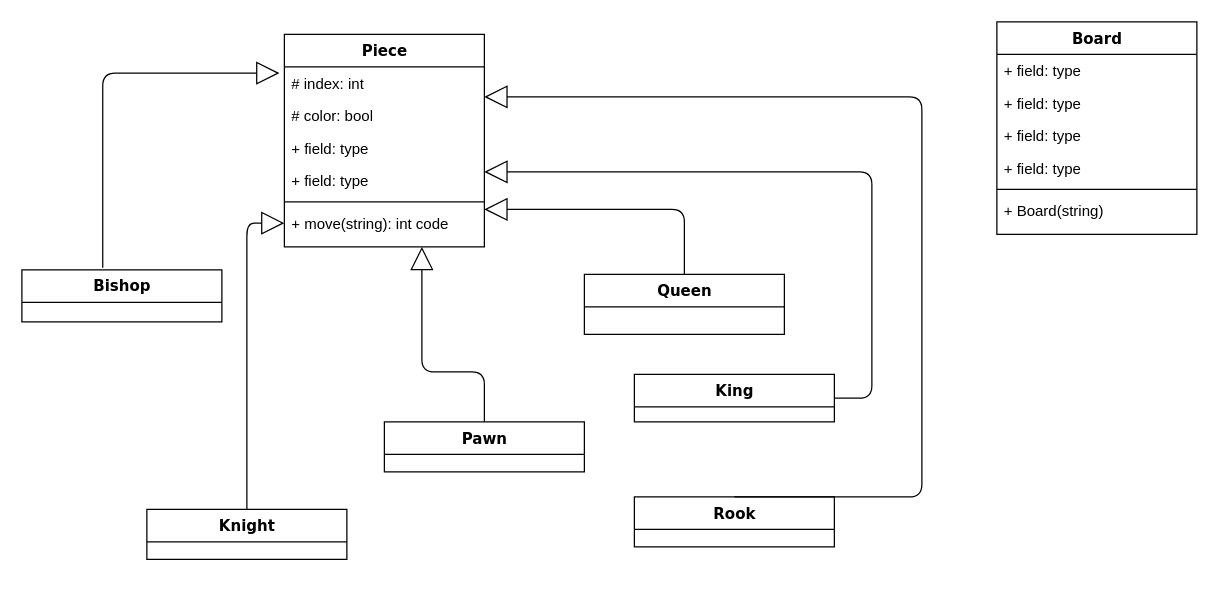
Earlier version of the draw.io diagram ChessProject.drawio (itamar12m/Chess-Project). Source tidied: cells renumbered, new cells numbered last; positions are measured from the earlier drawing's top-left corner, leaving out a move shared by most shapes. Both pictures are drawn from the tidied source at 125%, with x=0, y=0 at pixel (21, 21).
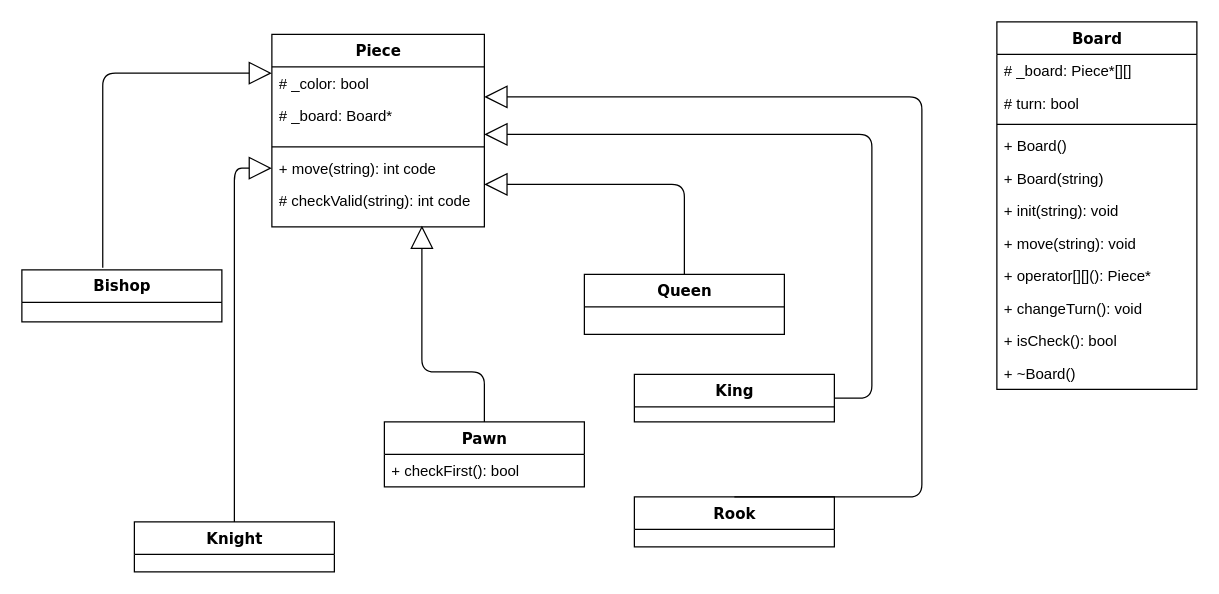
After the change.

Unchanged cells that the change refers to:
```xml
<mxCell id="11" value="Queen" style="swimlane;html=1;fontStyle=1;align=center;verticalAlign=top;horizontal=1;startSize=26;swimlaneFillColor=#ffffff;rounded=0;shadow=0;comic=0;labelBackgroundColor=none;strokeWidth=1;fillColor=none;fontFamily=Verdana;fontSize=12;" parent="1" vertex="1">
  <mxGeometry x="450" y="202" width="160" height="48" as="geometry" />
</mxCell>
<mxCell id="13" value="King" style="swimlane;html=1;fontStyle=1;align=center;verticalAlign=top;horizontal=1;startSize=26;swimlaneFillColor=#ffffff;rounded=0;shadow=0;comic=0;labelBackgroundColor=none;strokeWidth=1;fillColor=none;fontFamily=Verdana;fontSize=12;" parent="1" vertex="1">
  <mxGeometry x="490" y="282" width="160" height="38" as="geometry" />
</mxCell>
<mxCell id="16" value="Rook" style="swimlane;html=1;fontStyle=1;align=center;verticalAlign=top;horizontal=1;startSize=26;swimlaneFillColor=#ffffff;rounded=0;shadow=0;comic=0;labelBackgroundColor=none;strokeWidth=1;fillColor=none;fontFamily=Verdana;fontSize=12;" parent="1" vertex="1">
  <mxGeometry x="490" y="380" width="160" height="40" as="geometry" />
</mxCell>
```

What changed in the source:
```diff
@@
     <mxCell id="2" value="Piece" style="swimlane;html=1;fontStyle=1;align=center;verticalAlign=top;horizontal=1;startSize=26;swimlaneFillColor=#ffffff;rounded=0;shadow=0;comic=0;labelBackgroundColor=none;strokeWidth=1;fillColor=none;fontFamily=Verdana;fontSize=12;" parent="1" vertex="1">
-      <mxGeometry x="210" y="10" width="160" height="170" as="geometry" />
+      <mxGeometry x="200" y="10" width="170" height="154" as="geometry" />
     </mxCell>
-    <mxCell id="3" value="# index: int" style="text;html=1;strokeColor=none;fillColor=none;align=left;verticalAlign=top;spacingLeft=4;spacingRight=4;whiteSpace=wrap;overflow=hidden;points=[[0,0.5],[1,0.5]];portConstraint=eastwest;" parent="2" vertex="1">
-      <mxGeometry y="26" width="160" height="26" as="geometry" />
-    </mxCell>
-    <mxCell id="4" value="# color: bool" style="text;html=1;strokeColor=none;fillColor=none;align=left;verticalAlign=top;spacingLeft=4;spacingRight=4;whiteSpace=wrap;overflow=hidden;" parent="2" vertex="1">
-      <mxGeometry y="52" width="160" height="26" as="geometry" />
+    <mxCell id="4" value="# _color: bool" style="text;html=1;strokeColor=none;fillColor=none;align=left;verticalAlign=top;spacingLeft=4;spacingRight=4;whiteSpace=wrap;overflow=hidden;" parent="2" vertex="1">
+      <mxGeometry y="26" width="170" height="26" as="geometry" />
     </mxCell>
-    <mxCell id="5" value="+ field: type" style="text;html=1;strokeColor=none;fillColor=none;align=left;verticalAlign=top;spacingLeft=4;spacingRight=4;whiteSpace=wrap;overflow=hidden;" parent="2" vertex="1">
-      <mxGeometry y="78" width="160" height="26" as="geometry" />
-    </mxCell>
-    <mxCell id="6" value="+ field: type" style="text;html=1;strokeColor=none;fillColor=none;align=left;verticalAlign=top;spacingLeft=4;spacingRight=4;whiteSpace=wrap;overflow=hidden;" parent="2" vertex="1">
-      <mxGeometry y="104" width="160" height="26" as="geometry" />
-    </mxCell>
+    <mxCell id="28" value="# _board: Board*" style="text;html=1;strokeColor=none;fillColor=none;align=left;verticalAlign=top;spacingLeft=4;spacingRight=4;whiteSpace=wrap;overflow=hidden;" parent="2" vertex="1">
+      <mxGeometry y="52" width="170" height="34" as="geometry" />
+    </mxCell>
     <mxCell id="7" style="line;html=1;strokeWidth=1;fillColor=none;align=left;verticalAlign=middle;spacingTop=-1;spacingLeft=3;spacingRight=3;labelPosition=right;" parent="2" vertex="1">
-      <mxGeometry y="130" width="160" height="8" as="geometry" />
+      <mxGeometry y="86" width="170" height="8" as="geometry" />
     </mxCell>
     <mxCell id="8" value="+ move(string): int code" style="text;html=1;strokeColor=none;fillColor=none;align=left;verticalAlign=top;spacingLeft=4;spacingRight=4;whiteSpace=wrap;overflow=hidden;points=[[0,0.5],[1,0.5]];portConstraint=eastwest;" parent="2" vertex="1">
-      <mxGeometry y="138" width="160" height="26" as="geometry" />
+      <mxGeometry y="94" width="170" height="26" as="geometry" />
     </mxCell>
+    <mxCell id="29" value="# checkValid(string): int code" style="text;html=1;strokeColor=none;fillColor=none;align=left;verticalAlign=top;spacingLeft=4;spacingRight=4;whiteSpace=wrap;overflow=hidden;points=[[0,0.5],[1,0.5]];portConstraint=eastwest;" parent="2" vertex="1">
+      <mxGeometry y="120" width="170" height="34" as="geometry" />
+    </mxCell>
     <mxCell id="9" value="Pawn" style="swimlane;html=1;fontStyle=1;align=center;verticalAlign=top;horizontal=1;startSize=26;swimlaneFillColor=#ffffff;rounded=0;shadow=0;comic=0;labelBackgroundColor=none;strokeWidth=1;fillColor=none;fontFamily=Verdana;fontSize=12;" parent="1" vertex="1">
-      <mxGeometry x="290" y="320" width="160" height="40" as="geometry" />
+      <mxGeometry x="290" y="320" width="160" height="52" as="geometry" />
     </mxCell>
+    <mxCell id="30" value="+ checkFirst(): bool" style="text;html=1;strokeColor=none;fillColor=none;align=left;verticalAlign=top;spacingLeft=4;spacingRight=4;whiteSpace=wrap;overflow=hidden;" parent="9" vertex="1">
+      <mxGeometry y="26" width="160" height="26" as="geometry" />
+    </mxCell>
-    <mxCell id="10" style="edgeStyle=orthogonalEdgeStyle;html=1;labelBackgroundColor=none;startFill=0;startSize=8;endArrow=block;endFill=0;endSize=16;fontFamily=Verdana;fontSize=12;" parent="1" edge="1" source="11" target="2">
+    <mxCell id="10" style="edgeStyle=orthogonalEdgeStyle;html=1;labelBackgroundColor=none;startFill=0;startSize=8;endArrow=block;endFill=0;endSize=16;fontFamily=Verdana;fontSize=12;" parent="1" edge="1" source="11">
       <mxGeometry relative="1" as="geometry">
+        <mxPoint x="370" y="130" as="targetPoint" />
         <Array as="points">
-          <mxPoint x="530" y="150" />
+          <mxPoint x="530" y="130" />
         </Array>
       </mxGeometry>
     </mxCell>
@@
     <mxCell id="12" style="edgeStyle=orthogonalEdgeStyle;html=1;labelBackgroundColor=none;startFill=0;startSize=8;endArrow=block;endFill=0;endSize=16;fontFamily=Verdana;fontSize=12;" parent="1" edge="1" source="13" target="2">
       <mxGeometry relative="1" as="geometry">
         <Array as="points">
           <mxPoint x="680" y="301" />
-          <mxPoint x="680" y="120" />
+          <mxPoint x="680" y="90" />
         </Array>
       </mxGeometry>
     </mxCell>
@@
     <mxCell id="14" value="Knight" style="swimlane;html=1;fontStyle=1;align=center;verticalAlign=top;horizontal=1;startSize=26;swimlaneFillColor=#ffffff;rounded=0;shadow=0;comic=0;labelBackgroundColor=none;strokeWidth=1;fillColor=none;fontFamily=Verdana;fontSize=12;" parent="1" vertex="1">
-      <mxGeometry x="100" y="390" width="160" height="40" as="geometry" />
+      <mxGeometry x="90" y="400" width="160" height="40" as="geometry" />
     </mxCell>
     <mxCell id="15" style="edgeStyle=orthogonalEdgeStyle;html=1;labelBackgroundColor=none;startFill=0;startSize=8;endArrow=block;endFill=0;endSize=16;fontFamily=Verdana;fontSize=12;entryX=0;entryY=0.5;entryDx=0;entryDy=0;exitX=0.5;exitY=0;exitDx=0;exitDy=0;" parent="1" edge="1" source="14" target="8">
       <mxGeometry relative="1" as="geometry">
         <Array as="points">
-          <mxPoint x="180" y="161" />
+          <mxPoint x="170" y="390" />
+          <mxPoint x="170" y="83" />
         </Array>
       </mxGeometry>
     </mxCell>
@@
-    <mxCell id="17" style="edgeStyle=orthogonalEdgeStyle;html=1;labelBackgroundColor=none;startFill=0;startSize=8;endArrow=block;endFill=0;endSize=16;fontFamily=Verdana;fontSize=12;entryX=1;entryY=0.923;entryDx=0;entryDy=0;entryPerimeter=0;exitX=0.5;exitY=0;exitDx=0;exitDy=0;" parent="1" edge="1" source="16" target="3">
+    <mxCell id="17" style="edgeStyle=orthogonalEdgeStyle;html=1;labelBackgroundColor=none;startFill=0;startSize=8;endArrow=block;endFill=0;endSize=16;fontFamily=Verdana;fontSize=12;entryX=1;entryY=0.923;entryDx=0;entryDy=0;entryPerimeter=0;exitX=0.5;exitY=0;exitDx=0;exitDy=0;" parent="1" edge="1" source="16">
       <mxGeometry relative="1" as="geometry">
+        <mxPoint x="370" y="60" as="targetPoint" />
         <Array as="points">
           <mxPoint x="720" y="380" />
           <mxPoint x="720" y="60" />
         </Array>
       </mxGeometry>
     </mxCell>
@@
-    <mxCell id="19" style="edgeStyle=orthogonalEdgeStyle;html=1;labelBackgroundColor=none;startFill=0;startSize=8;endArrow=block;endFill=0;endSize=16;fontFamily=Verdana;fontSize=12;entryX=-0.025;entryY=0.192;entryDx=0;entryDy=0;entryPerimeter=0;" parent="1" edge="1" target="3">
+    <mxCell id="19" style="edgeStyle=orthogonalEdgeStyle;html=1;labelBackgroundColor=none;startFill=0;startSize=8;endArrow=block;endFill=0;endSize=16;fontFamily=Verdana;fontSize=12;" parent="1" edge="1">
       <mxGeometry relative="1" as="geometry">
         <mxPoint x="64.7" y="196.7" as="sourcePoint" />
+        <mxPoint x="200" y="41" as="targetPoint" />
         <Array as="points">
           <mxPoint x="64" y="41" />
         </Array>
       </mxGeometry>
     </mxCell>
-    <mxCell id="20" style="edgeStyle=orthogonalEdgeStyle;html=1;labelBackgroundColor=none;startFill=0;startSize=8;endArrow=block;endFill=0;endSize=16;fontFamily=Verdana;fontSize=12;exitX=0.5;exitY=0;exitDx=0;exitDy=0;" parent="1" edge="1" source="9">
+    <mxCell id="20" style="edgeStyle=orthogonalEdgeStyle;html=1;labelBackgroundColor=none;startFill=0;startSize=8;endArrow=block;endFill=0;endSize=16;fontFamily=Verdana;fontSize=12;exitX=0.5;exitY=0;exitDx=0;exitDy=0;entryX=0.706;entryY=0.971;entryDx=0;entryDy=0;entryPerimeter=0;" parent="1" edge="1" source="9" target="29">
       <mxGeometry relative="1" as="geometry">
-        <mxPoint x="320" y="180" as="targetPoint" />
         <Array as="points">
           <mxPoint x="370" y="280" />
           <mxPoint x="320" y="280" />
         </Array>
       </mxGeometry>
     </mxCell>
     <mxCell id="21" value="Board" style="swimlane;html=1;fontStyle=1;align=center;verticalAlign=top;horizontal=1;startSize=26;swimlaneFillColor=#ffffff;rounded=0;shadow=0;comic=0;labelBackgroundColor=none;strokeWidth=1;fillColor=none;fontFamily=Verdana;fontSize=12;" parent="1" vertex="1">
-      <mxGeometry x="780" width="160" height="170" as="geometry" />
+      <mxGeometry x="780" width="160" height="294" as="geometry" />
     </mxCell>
-    <mxCell id="22" value="+ field: type" style="text;html=1;strokeColor=none;fillColor=none;align=left;verticalAlign=top;spacingLeft=4;spacingRight=4;whiteSpace=wrap;overflow=hidden;" parent="21" vertex="1">
+    <mxCell id="22" value="# _board: Piece*[][]" style="text;html=1;strokeColor=none;fillColor=none;align=left;verticalAlign=top;spacingLeft=4;spacingRight=4;whiteSpace=wrap;overflow=hidden;" parent="21" vertex="1">
       <mxGeometry y="26" width="160" height="26" as="geometry" />
     </mxCell>
-    <mxCell id="23" value="+ field: type" style="text;html=1;strokeColor=none;fillColor=none;align=left;verticalAlign=top;spacingLeft=4;spacingRight=4;whiteSpace=wrap;overflow=hidden;" parent="21" vertex="1">
-      <mxGeometry y="52" width="160" height="26" as="geometry" />
-    </mxCell>
-    <mxCell id="24" value="+ field: type" style="text;html=1;strokeColor=none;fillColor=none;align=left;verticalAlign=top;spacingLeft=4;spacingRight=4;whiteSpace=wrap;overflow=hidden;" parent="21" vertex="1">
-      <mxGeometry y="78" width="160" height="26" as="geometry" />
-    </mxCell>
-    <mxCell id="25" value="+ field: type" style="text;html=1;strokeColor=none;fillColor=none;align=left;verticalAlign=top;spacingLeft=4;spacingRight=4;whiteSpace=wrap;overflow=hidden;" parent="21" vertex="1">
-      <mxGeometry y="104" width="160" height="26" as="geometry" />
-    </mxCell>
+    <mxCell id="31" value="# turn: bool" style="text;html=1;strokeColor=none;fillColor=none;align=left;verticalAlign=top;spacingLeft=4;spacingRight=4;whiteSpace=wrap;overflow=hidden;" parent="21" vertex="1">
+      <mxGeometry y="52" width="160" height="26" as="geometry" />
+    </mxCell>
     <mxCell id="26" style="line;html=1;strokeWidth=1;fillColor=none;align=left;verticalAlign=middle;spacingTop=-1;spacingLeft=3;spacingRight=3;labelPosition=right;" parent="21" vertex="1">
-      <mxGeometry y="130" width="160" height="8" as="geometry" />
+      <mxGeometry y="78" width="160" height="8" as="geometry" />
     </mxCell>
+    <mxCell id="32" value="+ Board()" style="text;html=1;strokeColor=none;fillColor=none;align=left;verticalAlign=top;spacingLeft=4;spacingRight=4;whiteSpace=wrap;overflow=hidden;" parent="21" vertex="1">
+      <mxGeometry y="86" width="160" height="26" as="geometry" />
+    </mxCell>
+    <mxCell id="33" value="+ Board(string)" style="text;html=1;strokeColor=none;fillColor=none;align=left;verticalAlign=top;spacingLeft=4;spacingRight=4;whiteSpace=wrap;overflow=hidden;" parent="21" vertex="1">
+      <mxGeometry y="112" width="160" height="26" as="geometry" />
+    </mxCell>
-    <mxCell id="27" value="+ Board(string)" style="text;html=1;strokeColor=none;fillColor=none;align=left;verticalAlign=top;spacingLeft=4;spacingRight=4;whiteSpace=wrap;overflow=hidden;" parent="21" vertex="1">
+    <mxCell id="27" value="+ init(string): void" style="text;html=1;strokeColor=none;fillColor=none;align=left;verticalAlign=top;spacingLeft=4;spacingRight=4;whiteSpace=wrap;overflow=hidden;" parent="21" vertex="1">
       <mxGeometry y="138" width="160" height="26" as="geometry" />
     </mxCell>
+    <mxCell id="34" value="+ move(string): void" style="text;html=1;strokeColor=none;fillColor=none;align=left;verticalAlign=top;spacingLeft=4;spacingRight=4;whiteSpace=wrap;overflow=hidden;" parent="21" vertex="1">
+      <mxGeometry y="164" width="160" height="26" as="geometry" />
+    </mxCell>
+    <mxCell id="35" value="+ operator[][](): Piece*" style="text;html=1;strokeColor=none;fillColor=none;align=left;verticalAlign=top;spacingLeft=4;spacingRight=4;whiteSpace=wrap;overflow=hidden;" parent="21" vertex="1">
+      <mxGeometry y="190" width="160" height="26" as="geometry" />
+    </mxCell>
+    <mxCell id="36" value="+ changeTurn(): void" style="text;html=1;strokeColor=none;fillColor=none;align=left;verticalAlign=top;spacingLeft=4;spacingRight=4;whiteSpace=wrap;overflow=hidden;" parent="21" vertex="1">
+      <mxGeometry y="216" width="160" height="26" as="geometry" />
+    </mxCell>
+    <mxCell id="37" value="+ isCheck(): bool" style="text;html=1;strokeColor=none;fillColor=none;align=left;verticalAlign=top;spacingLeft=4;spacingRight=4;whiteSpace=wrap;overflow=hidden;" parent="21" vertex="1">
+      <mxGeometry y="242" width="160" height="26" as="geometry" />
+    </mxCell>
+    <mxCell id="38" value="+ ~Board()" style="text;html=1;strokeColor=none;fillColor=none;align=left;verticalAlign=top;spacingLeft=4;spacingRight=4;whiteSpace=wrap;overflow=hidden;" parent="21" vertex="1">
+      <mxGeometry y="268" width="160" height="26" as="geometry" />
+    </mxCell>
```
